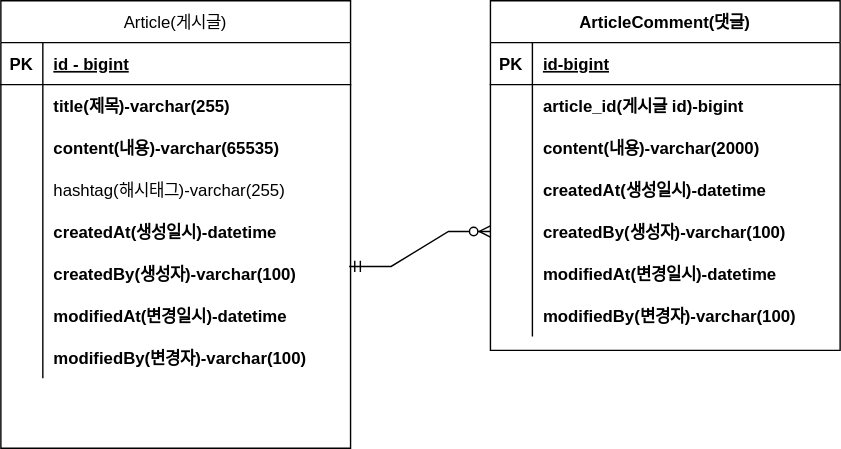
Earlier version of the draw.io export document/ERD.drawio.svg (jh10253267/board-project). Source tidied: cells renumbered, new cells last; positions are measured from the earlier drawing's top-left corner, leaving out a move shared by most shapes.
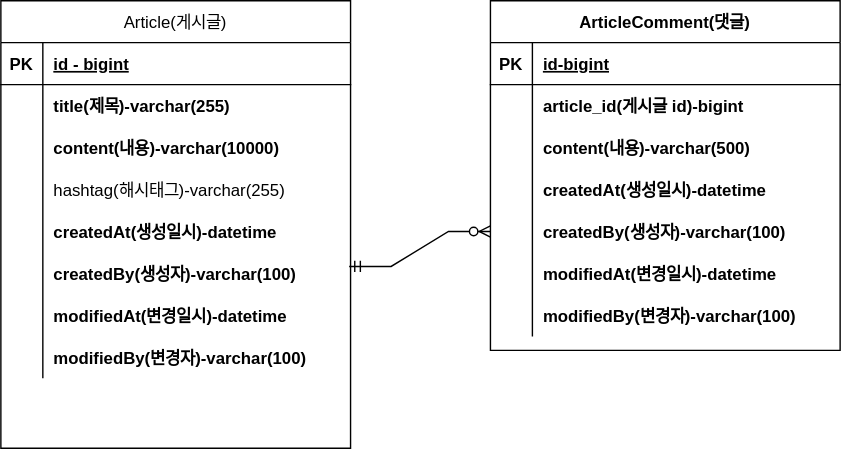
Later version of the same file.

Diff of the diagram source:
```diff
@@ -29,7 +29,7 @@
     <mxCell id="10" style="shape=partialRectangle;overflow=hidden;fillColor=none;top=0;left=0;bottom=0;right=0;" parent="9" vertex="1">
       <mxGeometry width="30" height="30" as="geometry" />
     </mxCell>
-    <mxCell id="11" value="content(내용)-varchar(65535)" style="shape=partialRectangle;overflow=hidden;fillColor=none;top=0;left=0;bottom=0;right=0;align=left;spacingLeft=6;fontStyle=1;" parent="9" vertex="1">
+    <mxCell id="11" value="content(내용)-varchar(10000)" style="shape=partialRectangle;overflow=hidden;fillColor=none;top=0;left=0;bottom=0;right=0;align=left;spacingLeft=6;fontStyle=1;" parent="9" vertex="1">
       <mxGeometry x="30" width="220" height="30" as="geometry" />
     </mxCell>
     <mxCell id="12" style="shape=partialRectangle;fillColor=none;top=0;left=0;right=0;bottom=0;" parent="2" vertex="1">
@@ -104,7 +104,7 @@
     <mxCell id="35" style="shape=partialRectangle;overflow=hidden;fillColor=none;top=0;left=0;bottom=0;right=0;" parent="34" vertex="1">
       <mxGeometry width="30" height="30" as="geometry" />
     </mxCell>
-    <mxCell id="36" value="content(내용)-varchar(2000)" style="shape=partialRectangle;overflow=hidden;fillColor=none;top=0;left=0;bottom=0;right=0;align=left;spacingLeft=6;fontStyle=1;" parent="34" vertex="1">
+    <mxCell id="36" value="content(내용)-varchar(500)" style="shape=partialRectangle;overflow=hidden;fillColor=none;top=0;left=0;bottom=0;right=0;align=left;spacingLeft=6;fontStyle=1;" parent="34" vertex="1">
       <mxGeometry x="30" width="220" height="30" as="geometry" />
     </mxCell>
     <mxCell id="37" style="shape=partialRectangle;fillColor=none;top=0;left=0;right=0;bottom=0;" parent="27" vertex="1">
```
